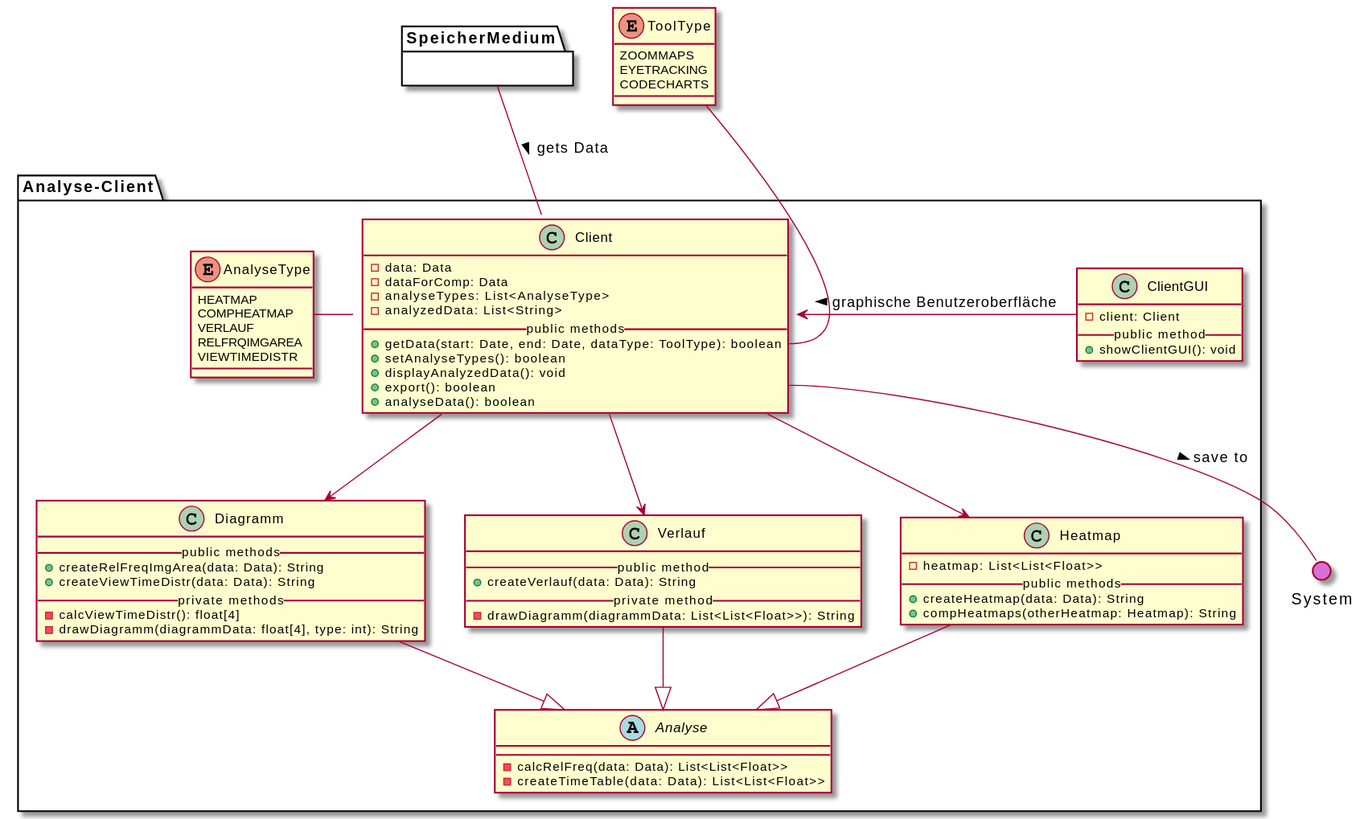
This is meilenstein_03/uml-analyse-client/analyseclient.svg from weichware10/meilensteine, a PlantUML export, as it was before one commit.
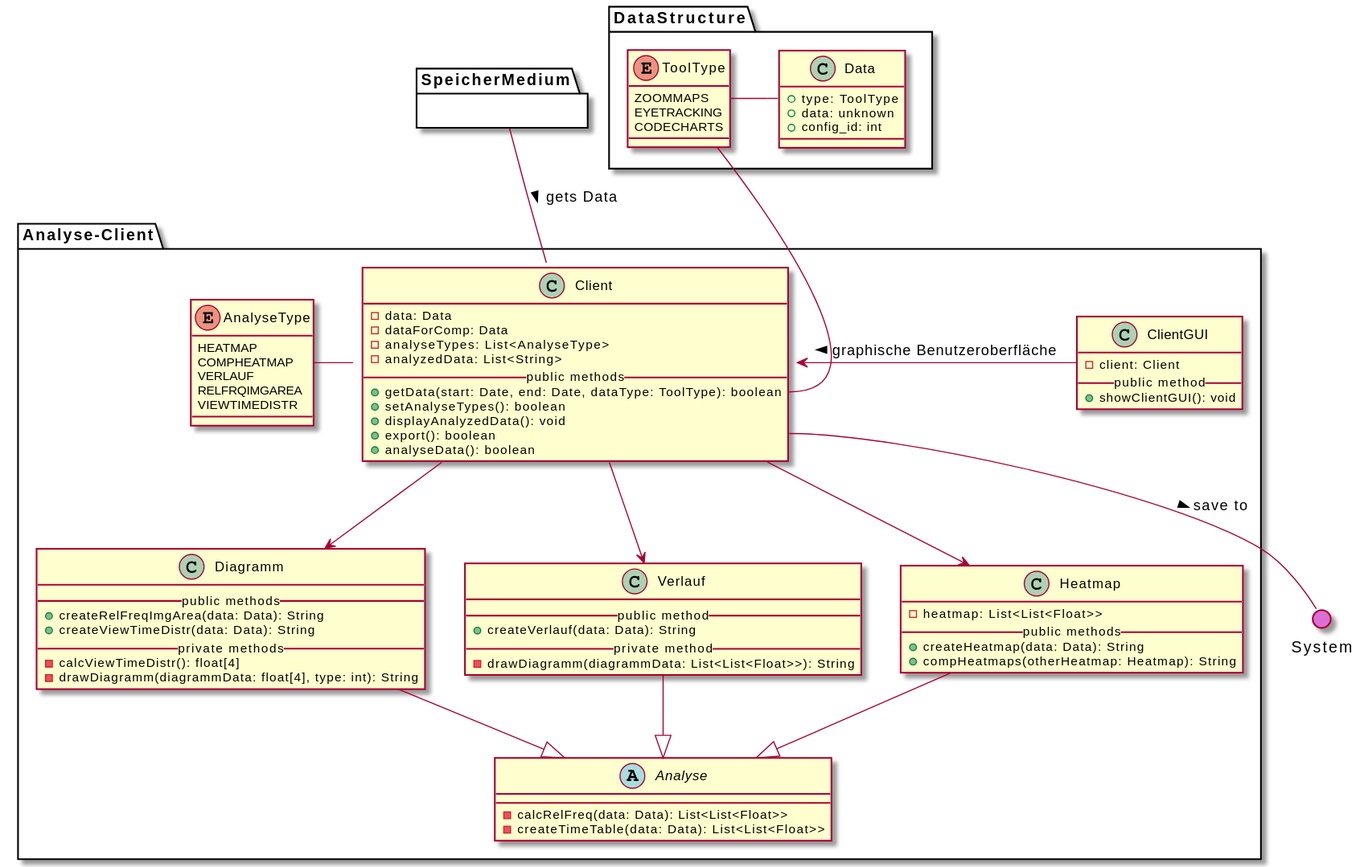
After the commit.

Commit message:
Render PlantUML SVGs

The edit, as a diff of the source:
```diff
@@ -68,13 +68,24 @@
 
 }
 
-enum ToolType {
-  ZOOMMAPS
-  EYETRACKING
-  CODECHARTS
+package SpeicherMedium {}
+
+package DataStructure {
+
+  enum ToolType {
+    ZOOMMAPS
+    EYETRACKING
+    CODECHARTS
+  }
+
+  class Data {
+    + type: ToolType
+    + data: unknown
+    + config_id: int
+  }
+
+  Data::type -l- ToolType
 }
-
-package SpeicherMedium {}
 
 () System #DA70D5
 
```
